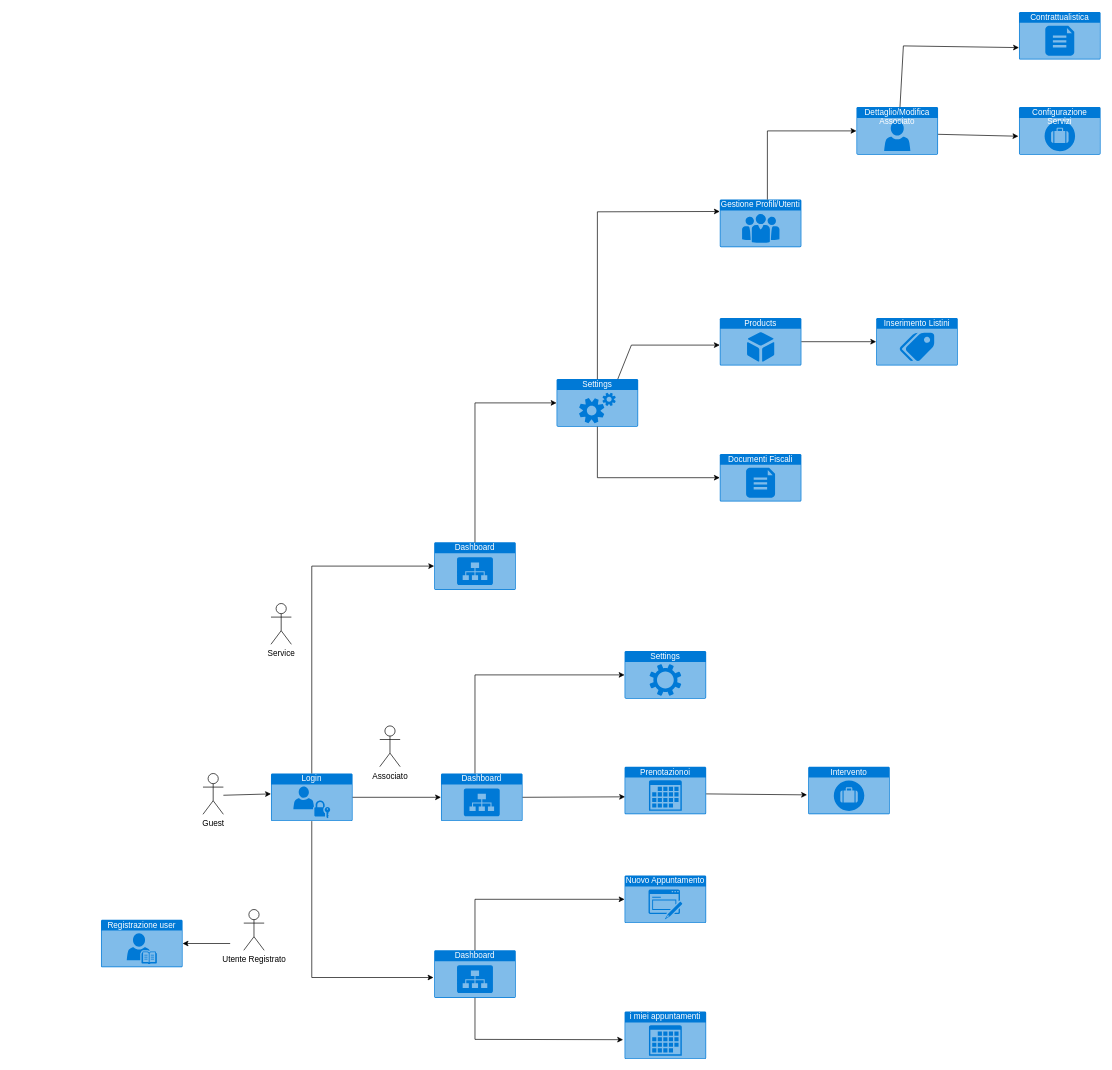
Above: page "macro funzioni" (1 of 2) of Varie/easytagliando/EasyTagliando.drawio in ermaster27/documentazioni (draw.io), before the change. Source tidied: cells renumbered, new cells numbered last; positions are measured from the earlier drawing's top-left corner, leaving out a move shared by most shapes. Both pictures are drawn from the tidied source at 68%, with x=0, y=0 at pixel (101, 12).
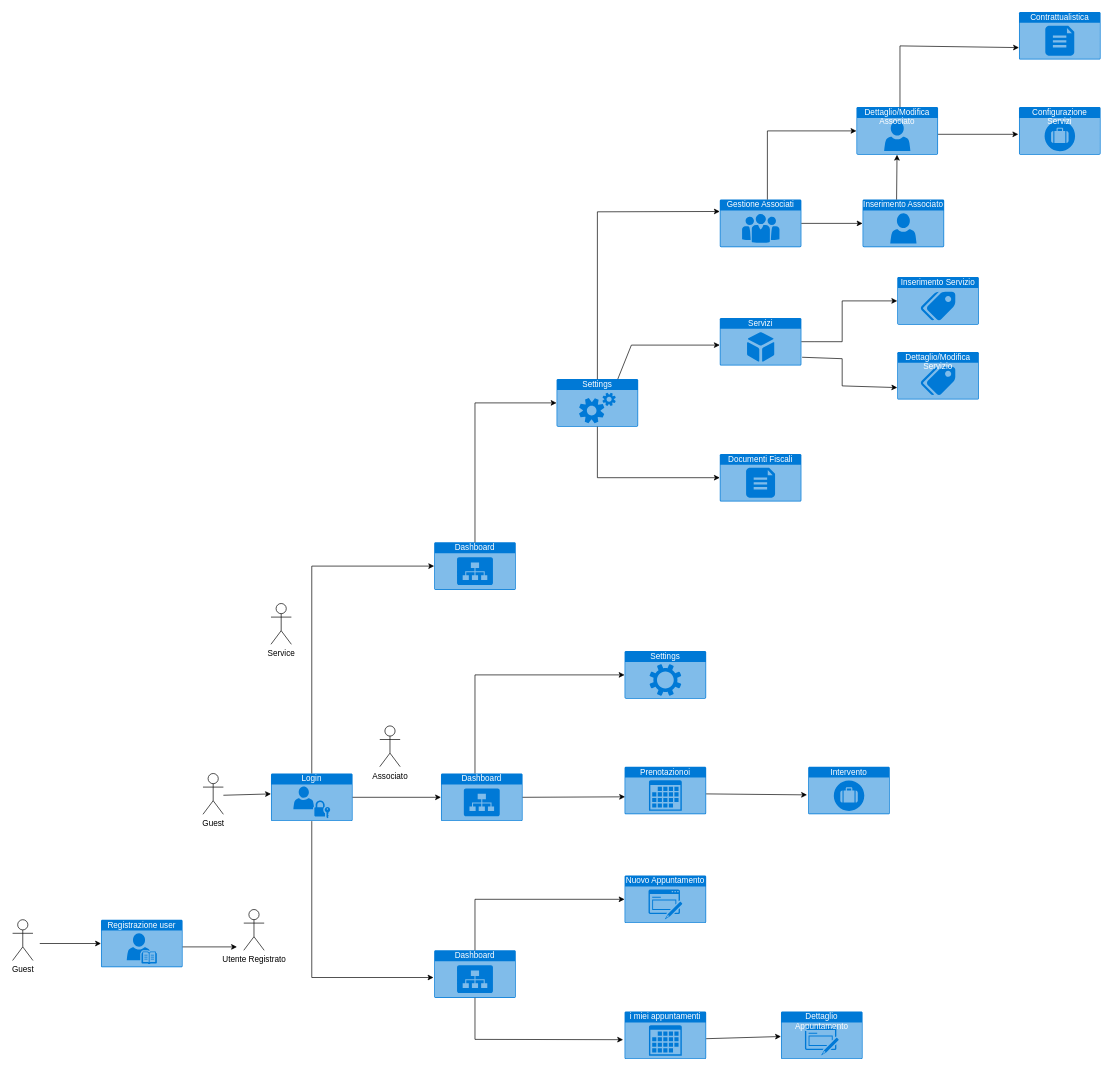
Above is the later version.

The change refers to these unchanged cells:
```xml
<mxCell id="18" value="Dettaglio/Modifica Associato" style="html=1;whiteSpace=wrap;strokeColor=none;fillColor=#0079D6;labelPosition=center;verticalLabelPosition=middle;verticalAlign=top;align=center;fontSize=12;outlineConnect=0;spacingTop=-6;fontColor=#FFFFFF;sketch=0;shape=mxgraph.sitemap.profile;" parent="1" vertex="1">
  <mxGeometry x="1111" y="140" width="120" height="70" as="geometry" />
</mxCell>
<mxCell id="19" value="Contrattualistica" style="html=1;whiteSpace=wrap;strokeColor=none;fillColor=#0079D6;labelPosition=center;verticalLabelPosition=middle;verticalAlign=top;align=center;fontSize=12;outlineConnect=0;spacingTop=-6;fontColor=#FFFFFF;sketch=0;shape=mxgraph.sitemap.document;" parent="1" vertex="1">
  <mxGeometry x="1350" width="120" height="70" as="geometry" />
</mxCell>
<mxCell id="20" value="Configurazione Servizi" style="html=1;whiteSpace=wrap;strokeColor=none;fillColor=#0079D6;labelPosition=center;verticalLabelPosition=middle;verticalAlign=top;align=center;fontSize=12;outlineConnect=0;spacingTop=-6;fontColor=#FFFFFF;sketch=0;shape=mxgraph.sitemap.jobs;" parent="1" vertex="1">
  <mxGeometry x="1350" y="140" width="120" height="70" as="geometry" />
</mxCell>
<mxCell id="32" value="Registrazione user" style="html=1;whiteSpace=wrap;strokeColor=none;fillColor=#0079D6;labelPosition=center;verticalLabelPosition=middle;verticalAlign=top;align=center;fontSize=12;outlineConnect=0;spacingTop=-6;fontColor=#FFFFFF;sketch=0;shape=mxgraph.sitemap.biography;" parent="1" vertex="1">
  <mxGeometry y="1335" width="120" height="70" as="geometry" />
</mxCell>
```

Change to the diagram source:
```diff
@@
-    <mxCell id="16" value="Gestione Profili/Utenti" style="html=1;whiteSpace=wrap;strokeColor=none;fillColor=#0079D6;labelPosition=center;verticalLabelPosition=middle;verticalAlign=top;align=center;fontSize=12;outlineConnect=0;spacingTop=-6;fontColor=#FFFFFF;sketch=0;shape=mxgraph.sitemap.about_us;" parent="1" vertex="1">
+    <mxCell id="16" value="Gestione Associati" style="html=1;whiteSpace=wrap;strokeColor=none;fillColor=#0079D6;labelPosition=center;verticalLabelPosition=middle;verticalAlign=top;align=center;fontSize=12;outlineConnect=0;spacingTop=-6;fontColor=#FFFFFF;sketch=0;shape=mxgraph.sitemap.about_us;" parent="1" vertex="1">
       <mxGeometry x="910" y="276" width="120" height="70" as="geometry" />
     </mxCell>
-    <mxCell id="17" value="Inserimento Listini" style="html=1;whiteSpace=wrap;strokeColor=none;fillColor=#0079D6;labelPosition=center;verticalLabelPosition=middle;verticalAlign=top;align=center;fontSize=12;outlineConnect=0;spacingTop=-6;fontColor=#FFFFFF;sketch=0;shape=mxgraph.sitemap.pricing;" parent="1" vertex="1">
-      <mxGeometry x="1140" y="450" width="120" height="70" as="geometry" />
+    <mxCell id="17" value="Inserimento Servizio" style="html=1;whiteSpace=wrap;strokeColor=none;fillColor=#0079D6;labelPosition=center;verticalLabelPosition=middle;verticalAlign=top;align=center;fontSize=12;outlineConnect=0;spacingTop=-6;fontColor=#FFFFFF;sketch=0;shape=mxgraph.sitemap.pricing;" parent="1" vertex="1">
+      <mxGeometry x="1171" y="390" width="120" height="70" as="geometry" />
     </mxCell>
@@
-    <mxCell id="24" value="Products" style="html=1;whiteSpace=wrap;strokeColor=none;fillColor=#0079D6;labelPosition=center;verticalLabelPosition=middle;verticalAlign=top;align=center;fontSize=12;outlineConnect=0;spacingTop=-6;fontColor=#FFFFFF;sketch=0;shape=mxgraph.sitemap.products;" parent="1" vertex="1">
+    <mxCell id="24" value="Servizi" style="html=1;whiteSpace=wrap;strokeColor=none;fillColor=#0079D6;labelPosition=center;verticalLabelPosition=middle;verticalAlign=top;align=center;fontSize=12;outlineConnect=0;spacingTop=-6;fontColor=#FFFFFF;sketch=0;shape=mxgraph.sitemap.products;" parent="1" vertex="1">
       <mxGeometry x="910" y="450" width="120" height="70" as="geometry" />
     </mxCell>
@@
     <mxCell id="29" style="endArrow=classic;html=1;rounded=0;entryX=0;entryY=0.75;entryDx=0;entryDy=0;entryPerimeter=0;" parent="1" edge="1" target="19">
       <mxGeometry relative="1" as="geometry">
         <mxPoint x="1175" y="140" as="sourcePoint" />
         <Array as="points">
-          <mxPoint x="1180" y="50" />
+          <mxPoint x="1175" y="50" />
         </Array>
       </mxGeometry>
     </mxCell>
-    <mxCell id="30" style="endArrow=classic;html=1;rounded=0;entryX=-0.007;entryY=0.612;entryDx=0;entryDy=0;entryPerimeter=0;" parent="1" edge="1" target="20">
+    <mxCell id="30" style="endArrow=classic;html=1;rounded=0;" parent="1" edge="1">
       <mxGeometry relative="1" as="geometry">
         <mxPoint x="1231" y="180" as="sourcePoint" />
+        <mxPoint x="1349" y="180" as="targetPoint" />
       </mxGeometry>
     </mxCell>
     <mxCell id="31" style="endArrow=classic;html=1;rounded=0;entryX=0;entryY=0.5;entryDx=0;entryDy=0;entryPerimeter=0;exitX=1;exitY=0.5;exitDx=0;exitDy=0;exitPerimeter=0;" parent="1" edge="1" source="24" target="17">
-      <mxGeometry relative="1" as="geometry" />
+      <mxGeometry relative="1" as="geometry">
+        <Array as="points">
+          <mxPoint x="1050" y="485" />
+          <mxPoint x="1090" y="485" />
+          <mxPoint x="1090" y="425" />
+        </Array>
+      </mxGeometry>
     </mxCell>
@@
-    <mxCell id="33" style="endArrow=classic;html=1;rounded=0;" parent="1" edge="1" target="32">
-      <mxGeometry relative="1" as="geometry">
-        <mxPoint x="190" y="1370" as="sourcePoint" />
-      </mxGeometry>
-    </mxCell>
@@
+    <mxCell id="42" value="Inserimento Associato" style="html=1;whiteSpace=wrap;strokeColor=none;fillColor=#0079D6;labelPosition=center;verticalLabelPosition=middle;verticalAlign=top;align=center;fontSize=12;outlineConnect=0;spacingTop=-6;fontColor=#FFFFFF;sketch=0;shape=mxgraph.sitemap.profile;" parent="1" vertex="1">
+      <mxGeometry x="1120" y="276" width="120" height="70" as="geometry" />
+    </mxCell>
+    <mxCell id="43" style="endArrow=classic;html=1;rounded=0;exitX=1;exitY=0.5;exitDx=0;exitDy=0;exitPerimeter=0;" parent="1" edge="1" source="16" target="42">
+      <mxGeometry relative="1" as="geometry" />
+    </mxCell>
+    <mxCell id="44" style="endArrow=classic;html=1;rounded=0;" parent="1" edge="1" target="18">
+      <mxGeometry relative="1" as="geometry">
+        <mxPoint x="1170" y="276" as="sourcePoint" />
+      </mxGeometry>
+    </mxCell>
+    <mxCell id="45" value="Dettaglio/Modifica Servizio" style="html=1;whiteSpace=wrap;strokeColor=none;fillColor=#0079D6;labelPosition=center;verticalLabelPosition=middle;verticalAlign=top;align=center;fontSize=12;outlineConnect=0;spacingTop=-6;fontColor=#FFFFFF;sketch=0;shape=mxgraph.sitemap.pricing;" parent="1" vertex="1">
+      <mxGeometry x="1171" y="500" width="120" height="70" as="geometry" />
+    </mxCell>
+    <mxCell id="46" style="endArrow=classic;html=1;rounded=0;exitX=1.009;exitY=0.827;exitDx=0;exitDy=0;exitPerimeter=0;entryX=0;entryY=0.75;entryDx=0;entryDy=0;entryPerimeter=0;" parent="1" edge="1" source="24" target="45">
+      <mxGeometry relative="1" as="geometry">
+        <Array as="points">
+          <mxPoint x="1090" y="510" />
+          <mxPoint x="1090" y="550" />
+        </Array>
+      </mxGeometry>
+    </mxCell>
+    <mxCell id="47" value="&lt;div&gt;Guest&lt;/div&gt;" style="shape=umlActor;verticalLabelPosition=bottom;verticalAlign=top;html=1;" parent="1" vertex="1">
+      <mxGeometry x="-130" y="1335" width="30" height="60" as="geometry" />
+    </mxCell>
+    <mxCell id="48" style="endArrow=classic;html=1;rounded=0;" parent="1" edge="1">
+      <mxGeometry relative="1" as="geometry">
+        <mxPoint x="120" y="1375" as="sourcePoint" />
+        <mxPoint x="200" y="1375" as="targetPoint" />
+      </mxGeometry>
+    </mxCell>
+    <mxCell id="49" style="endArrow=classic;html=1;rounded=0;" parent="1" edge="1">
+      <mxGeometry relative="1" as="geometry">
+        <mxPoint x="-90" y="1370" as="sourcePoint" />
+        <mxPoint y="1370" as="targetPoint" />
+      </mxGeometry>
+    </mxCell>
+    <mxCell id="50" value="Dettaglio Appuntamento" style="html=1;whiteSpace=wrap;strokeColor=none;fillColor=#0079D6;labelPosition=center;verticalLabelPosition=middle;verticalAlign=top;align=center;fontSize=12;outlineConnect=0;spacingTop=-6;fontColor=#FFFFFF;sketch=0;shape=mxgraph.sitemap.form;" parent="1" vertex="1">
+      <mxGeometry x="1000" y="1470" width="120" height="70" as="geometry" />
+    </mxCell>
+    <mxCell id="51" style="endArrow=classic;html=1;rounded=0;" parent="1" edge="1" target="50">
+      <mxGeometry relative="1" as="geometry">
+        <mxPoint x="890" y="1510" as="sourcePoint" />
+      </mxGeometry>
+    </mxCell>
```
